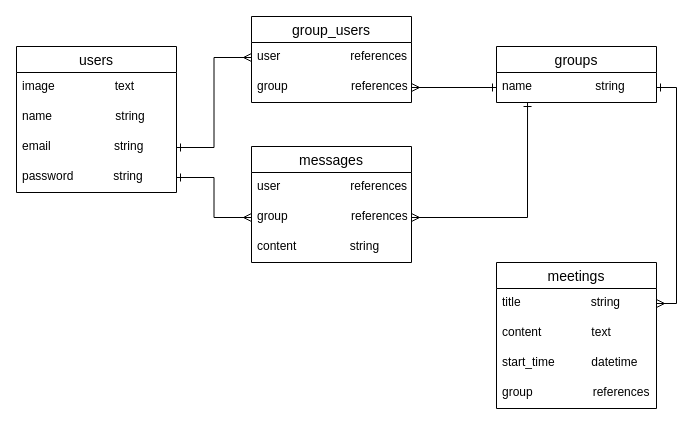
Above: Er.dio in yoheitm/group_task-app (draw.io), before the change. Source tidied: cells renumbered, new cells numbered last; positions are measured from the earlier drawing's top-left corner, leaving out a move shared by most shapes. Both pictures are drawn from the tidied source at 100%, with x=0, y=0 at pixel (16, 16).
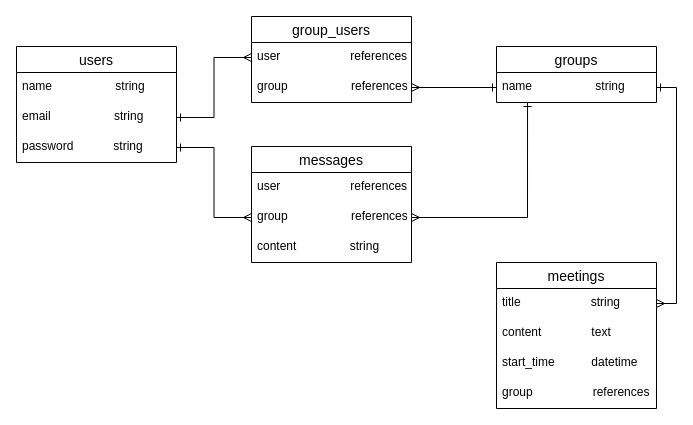
After the change.

Commit message (it also covers changes not shown here):
ActiveStorageへの変更によるDB設計の対応

Diff of the diagram source:
```diff
@@
     <mxCell id="2" value="users" style="swimlane;fontStyle=0;horizontal=1;startSize=26;align=center;fontSize=14;" parent="1" vertex="1">
-      <mxGeometry y="30" width="160" height="146" as="geometry" />
+      <mxGeometry y="30" width="160" height="116" as="geometry" />
     </mxCell>
-    <mxCell id="3" value="image                  text" style="text;strokeColor=none;fillColor=none;spacingLeft=4;spacingRight=4;overflow=hidden;fontSize=12;" parent="2" vertex="1">
-      <mxGeometry y="26" width="160" height="30" as="geometry" />
-    </mxCell>
     <mxCell id="4" value="name                   string" style="text;strokeColor=none;fillColor=none;spacingLeft=4;spacingRight=4;overflow=hidden;fontSize=12;" parent="2" vertex="1">
-      <mxGeometry y="56" width="160" height="30" as="geometry" />
+      <mxGeometry y="26" width="160" height="30" as="geometry" />
     </mxCell>
     <mxCell id="5" value="email                   string" style="text;strokeColor=none;fillColor=none;spacingLeft=4;spacingRight=4;overflow=hidden;points=[[0,0.5],[1,0.5]];portConstraint=eastwest;fontSize=12;" parent="2" vertex="1">
-      <mxGeometry y="86" width="160" height="30" as="geometry" />
+      <mxGeometry y="56" width="160" height="30" as="geometry" />
     </mxCell>
     <mxCell id="6" value="password            string" style="text;strokeColor=none;fillColor=none;spacingLeft=4;spacingRight=4;overflow=hidden;points=[[0,0.5],[1,0.5]];portConstraint=eastwest;fontSize=12;" parent="2" vertex="1">
-      <mxGeometry y="116" width="160" height="30" as="geometry" />
+      <mxGeometry y="86" width="160" height="30" as="geometry" />
     </mxCell>
```
